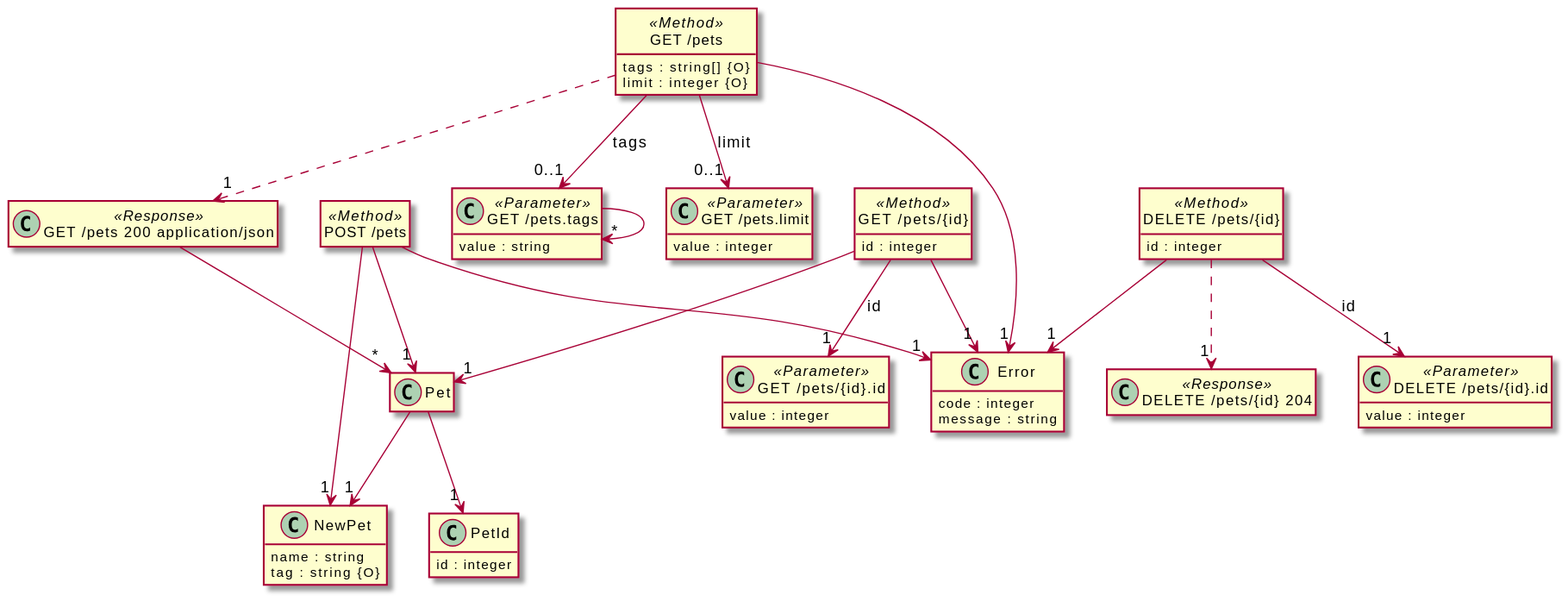
Above: src/docs/tests/petstore-expanded.puml.svg in davidmoten/openapi-to-plantuml (PlantUML), before the change.
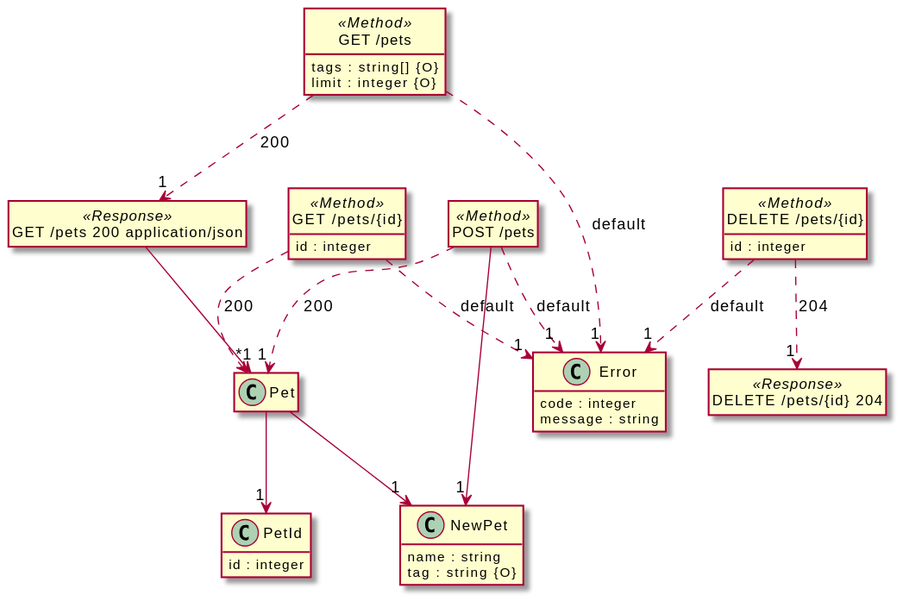
The same diagram one commit later.

The edit, as a diff of the source:
```diff
@@ -1,5 +1,7 @@
 @startuml
 hide <<Method>> circle
+hide <<Response>> circle
+hide <<Parameter>> circle
 hide empty methods
 hide empty fields
 set namespaceSeparator none
@@ -26,17 +28,6 @@
   limit : integer {O}
 }
 
-class "GET /pets.tags" {
-  value : string
-}
-
-class "GET /pets.tags" <<Parameter>> {
-}
-
-class "GET /pets.limit" <<Parameter>> {
-  value : integer
-}
-
 class "GET /pets 200 application/json" <<Response>> {
 }
 
@@ -47,16 +38,8 @@
   id : integer
 }
 
-class "GET /pets/{id}.id" <<Parameter>> {
-  value : integer
-}
-
 class "DELETE /pets/{id}" <<Method>> {
   id : integer
-}
-
-class "DELETE /pets/{id}.id" <<Parameter>> {
-  value : integer
 }
 
 class "DELETE /pets/{id} 204" <<Response>> {
@@ -66,34 +49,24 @@
 
 "Pet" --> "1" "PetId"
 
-"GET /pets.tags" --> "*" "GET /pets.tags"
-
-"GET /pets" --> "0..1" "GET /pets.tags" : "tags"
-
-"GET /pets" --> "0..1" "GET /pets.limit" : "limit"
-
 "GET /pets 200 application/json" --> "*" "Pet"
 
-"GET /pets" ..> "1" "GET /pets 200 application/json"
+"GET /pets" ..> "1" "GET /pets 200 application/json"  :  "200"
 
-"GET /pets" --> "1" "Error"
+"GET /pets" ..> "1" "Error"  :  "default"
 
-"POST /pets" --> "1" "Pet"
+"POST /pets" ..> "1" "Pet"  :  "200"
 
-"POST /pets" --> "1" "Error"
+"POST /pets" ..> "1" "Error"  :  "default"
 
 "POST /pets" --> "1" "NewPet"
 
-"GET /pets/{id}" --> "1" "GET /pets/{id}.id" : "id"
+"GET /pets/{id}" ..> "1" "Pet"  :  "200"
 
-"GET /pets/{id}" --> "1" "Pet"
+"GET /pets/{id}" ..> "1" "Error"  :  "default"
 
-"GET /pets/{id}" --> "1" "Error"
+"DELETE /pets/{id}" ..> "1" "DELETE /pets/{id} 204"  :  "204"
 
-"DELETE /pets/{id}" --> "1" "DELETE /pets/{id}.id" : "id"
-
-"DELETE /pets/{id}" ..> "1" "DELETE /pets/{id} 204"
-
-"DELETE /pets/{id}" --> "1" "Error"
+"DELETE /pets/{id}" ..> "1" "Error"  :  "default"
 
 @enduml
```
